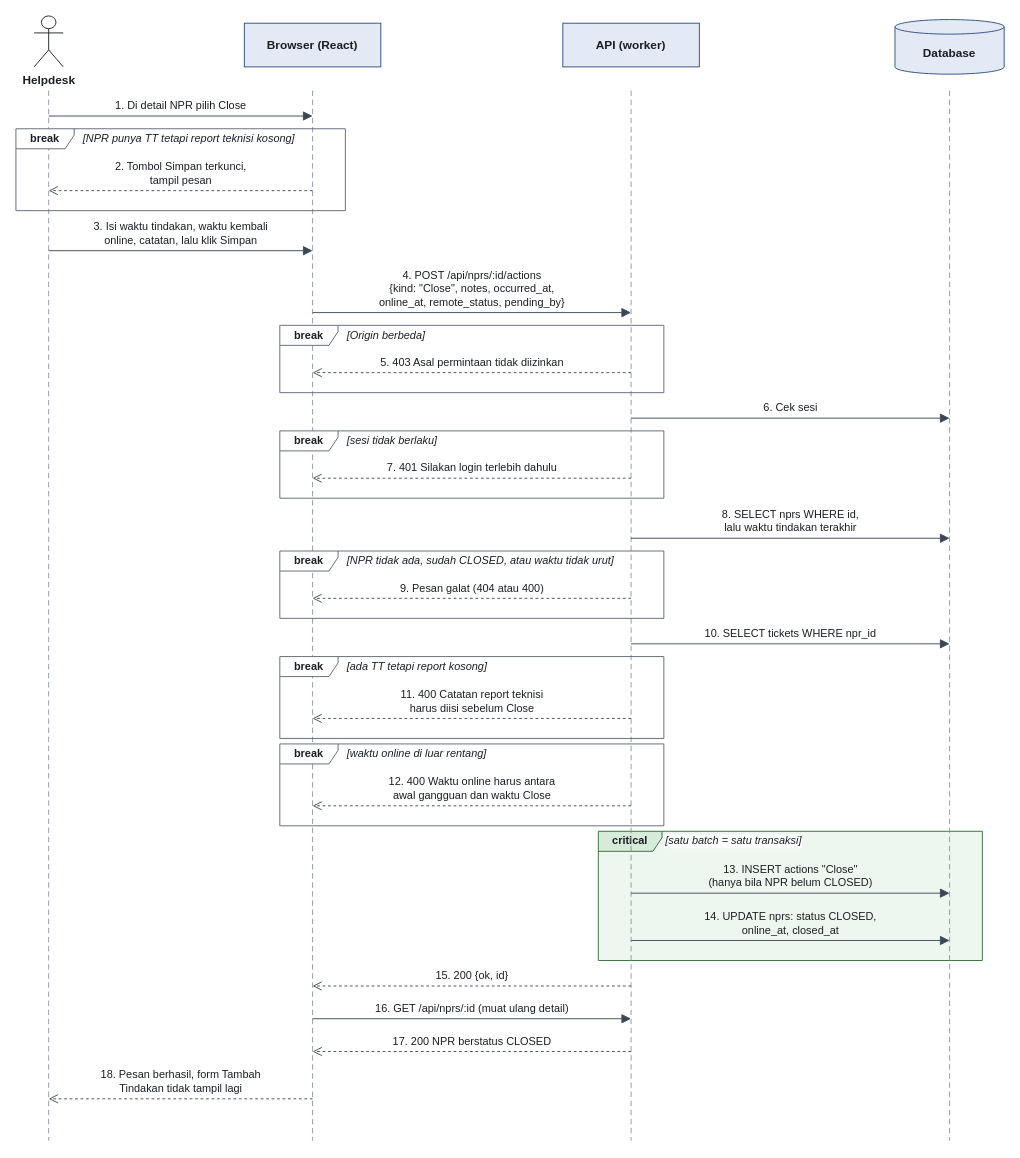
Before: review/gambar/diagram/04d-sequence-close-npr.drawio in felicidad126/tyio, a draw.io diagram. Source tidied: cells renumbered, new cells numbered last; positions are measured from the earlier drawing's top-left corner, leaving out a move shared by most shapes. Both pictures are drawn from the tidied source at 91%, with x=0, y=0 at pixel (15, 15).
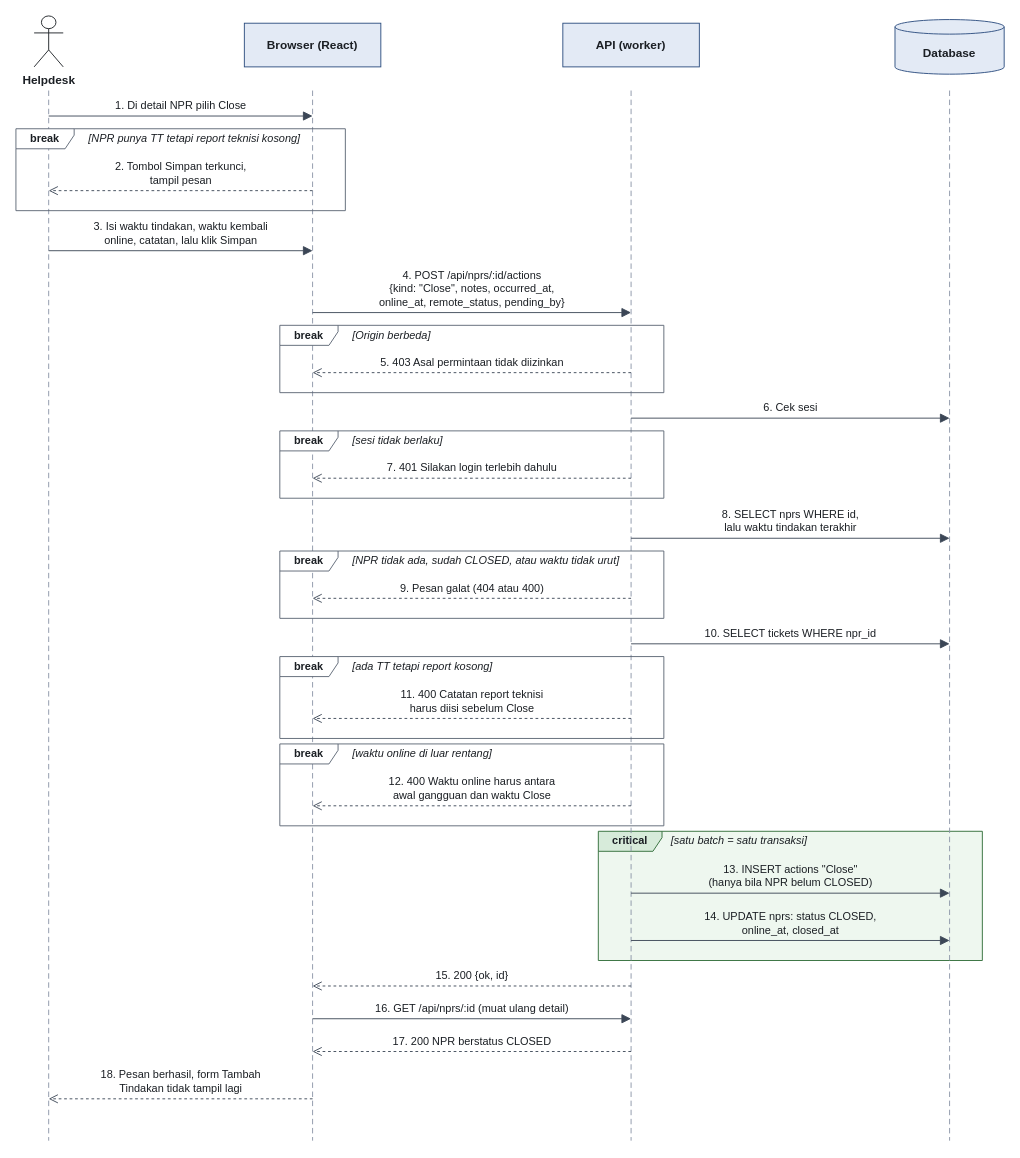
After the change.

The edit, as a diff of the source:
```diff
@@
     <mxCell id="8" value="[NPR punya TT tetapi report teknisi kosong]" style="fontFamily=Arial;fontColor=#1B1F24;text;html=1;fontSize=12;fontStyle=2;align=left;verticalAlign=middle;labelBackgroundColor=#FFFFFF;" parent="1" vertex="1">
-      <mxGeometry x="72" y="125" width="282" height="20" as="geometry" />
+      <mxGeometry x="78" y="125" width="276" height="20" as="geometry" />
     </mxCell>
@@
     <mxCell id="10" value="[Origin berbeda]" style="fontFamily=Arial;fontColor=#1B1F24;text;html=1;fontSize=12;fontStyle=2;align=left;verticalAlign=middle;labelBackgroundColor=#FFFFFF;" parent="1" vertex="1">
-      <mxGeometry x="362" y="341" width="342" height="20" as="geometry" />
+      <mxGeometry x="368" y="341" width="336" height="20" as="geometry" />
     </mxCell>
@@
     <mxCell id="12" value="[sesi tidak berlaku]" style="fontFamily=Arial;fontColor=#1B1F24;text;html=1;fontSize=12;fontStyle=2;align=left;verticalAlign=middle;labelBackgroundColor=#FFFFFF;" parent="1" vertex="1">
-      <mxGeometry x="362" y="457" width="342" height="20" as="geometry" />
+      <mxGeometry x="368" y="457" width="336" height="20" as="geometry" />
     </mxCell>
@@
     <mxCell id="14" value="[NPR tidak ada, sudah CLOSED, atau waktu tidak urut]" style="fontFamily=Arial;fontColor=#1B1F24;text;html=1;fontSize=12;fontStyle=2;align=left;verticalAlign=middle;labelBackgroundColor=#FFFFFF;" parent="1" vertex="1">
-      <mxGeometry x="362" y="589" width="342" height="20" as="geometry" />
+      <mxGeometry x="368" y="589" width="336" height="20" as="geometry" />
     </mxCell>
@@
     <mxCell id="16" value="[ada TT tetapi report kosong]" style="fontFamily=Arial;fontColor=#1B1F24;text;html=1;fontSize=12;fontStyle=2;align=left;verticalAlign=middle;labelBackgroundColor=#FFFFFF;" parent="1" vertex="1">
-      <mxGeometry x="362" y="705" width="342" height="20" as="geometry" />
+      <mxGeometry x="368" y="705" width="336" height="20" as="geometry" />
     </mxCell>
@@
     <mxCell id="18" value="[waktu online di luar rentang]" style="fontFamily=Arial;fontColor=#1B1F24;text;html=1;fontSize=12;fontStyle=2;align=left;verticalAlign=middle;labelBackgroundColor=#FFFFFF;" parent="1" vertex="1">
-      <mxGeometry x="362" y="801" width="342" height="20" as="geometry" />
+      <mxGeometry x="368" y="801" width="336" height="20" as="geometry" />
     </mxCell>
-    <mxCell id="19" value="[satu batch = satu transaksi]" style="fontFamily=Arial;fontColor=#1B1F24;text;html=1;fontSize=12;fontStyle=2;align=left;verticalAlign=middle;labelBackgroundColor=#FFFFFF;" parent="1" vertex="1">
-      <mxGeometry x="712" y="897" width="342" height="20" as="geometry" />
+    <mxCell id="19" value="[satu batch = satu transaksi]" style="fontFamily=Arial;fontColor=#1B1F24;text;html=1;fontSize=12;fontStyle=2;align=left;verticalAlign=middle;labelBackgroundColor=#EEF7EF;" parent="1" vertex="1">
+      <mxGeometry x="718" y="897" width="336" height="20" as="geometry" />
     </mxCell>
```
